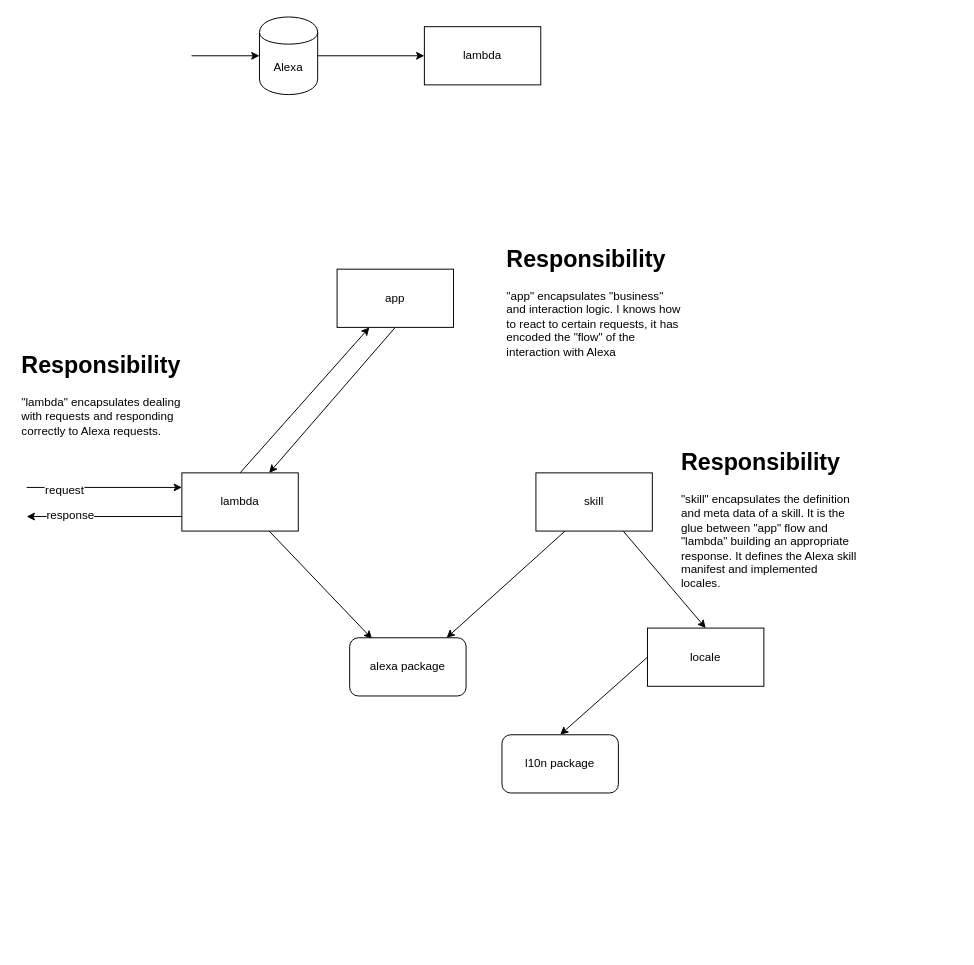
DrPsychick/alexa-go-cloudformation-demo keeps this draw.io diagram as Alexa Skill Demo.drawio. Above is the earlier version. Source tidied: cells renumbered, new cells numbered last; positions are measured from the earlier drawing's top-left corner, leaving out a move shared by most shapes. Both pictures are drawn from the tidied source at 97%, with x=0, y=0 at pixel (16, 16).
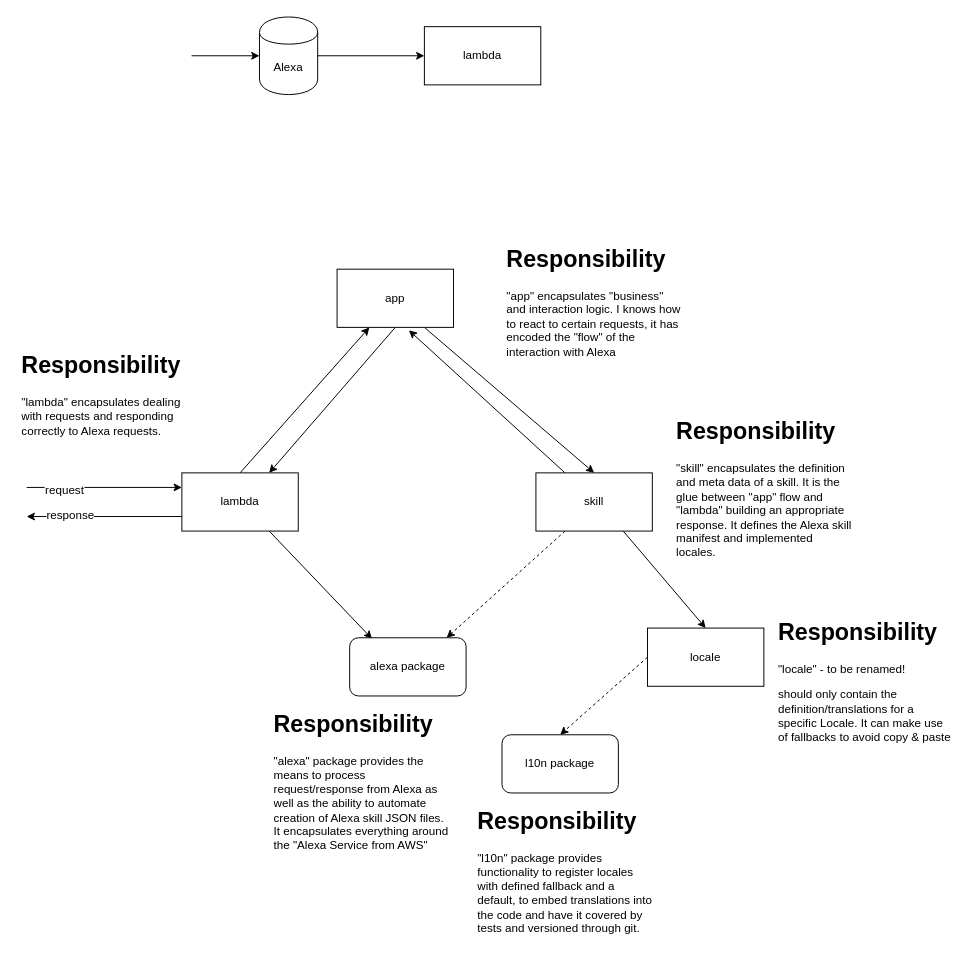
After the change.

Commit message:
cleanup and refactoring

Unchanged cells that the change refers to:
```xml
<mxCell id="7" value="app" style="rounded=0;whiteSpace=wrap;html=1;" parent="1" vertex="1">
  <mxGeometry x="330" y="260" width="120" height="60" as="geometry" />
</mxCell>
<mxCell id="15" value="alexa package" style="rounded=1;whiteSpace=wrap;html=1;" parent="1" vertex="1">
  <mxGeometry x="343" y="640" width="120" height="60" as="geometry" />
</mxCell>
<mxCell id="20" value="skill" style="rounded=0;whiteSpace=wrap;html=1;" parent="1" vertex="1">
  <mxGeometry x="535" y="470" width="120" height="60" as="geometry" />
</mxCell>
<mxCell id="23" value="locale" style="rounded=0;whiteSpace=wrap;html=1;" parent="1" vertex="1">
  <mxGeometry x="650" y="630" width="120" height="60" as="geometry" />
</mxCell>
<mxCell id="24" value="l10n package" style="rounded=1;whiteSpace=wrap;html=1;" parent="1" vertex="1">
  <mxGeometry x="500" y="740" width="120" height="60" as="geometry" />
</mxCell>
```

Diff of the diagram source:
```diff
@@
+    <mxCell id="25" style="edgeStyle=none;rounded=0;jettySize=auto;html=1;exitX=0.75;exitY=1;exitDx=0;exitDy=0;entryX=0.5;entryY=0;entryDx=0;entryDy=0;" parent="1" edge="1" source="7" target="20">
+      <mxGeometry relative="1" as="geometry" />
+    </mxCell>
@@
-    <mxCell id="18" style="edgeStyle=none;rounded=0;jettySize=auto;html=1;exitX=0.25;exitY=1;exitDx=0;exitDy=0;entryX=0.833;entryY=0;entryDx=0;entryDy=0;entryPerimeter=0;" parent="1" edge="1" source="20" target="15">
+    <mxCell id="18" style="edgeStyle=none;rounded=0;jettySize=auto;html=1;exitX=0.25;exitY=1;exitDx=0;exitDy=0;entryX=0.833;entryY=0;entryDx=0;entryDy=0;entryPerimeter=0;dashed=1;" parent="1" edge="1" source="20" target="15">
       <mxGeometry relative="1" as="geometry" />
     </mxCell>
@@
+    <mxCell id="26" style="edgeStyle=none;rounded=0;jettySize=auto;html=1;exitX=0.25;exitY=0;exitDx=0;exitDy=0;entryX=0.617;entryY=1.05;entryDx=0;entryDy=0;entryPerimeter=0;" parent="1" edge="1" source="20" target="7">
+      <mxGeometry relative="1" as="geometry" />
+    </mxCell>
@@
     <mxCell id="21" value="&lt;h1&gt;Responsibility&lt;/h1&gt;&lt;p&gt;&quot;skill&quot; encapsulates the definition and meta data of a skill. It is the glue between &quot;app&quot; flow and &quot;lambda&quot; building an appropriate response. It defines the Alexa skill manifest and implemented locales.&lt;/p&gt;" style="text;html=1;strokeColor=none;fillColor=none;spacing=5;spacingTop=-20;whiteSpace=wrap;overflow=hidden;rounded=0;" parent="1" vertex="1">
-      <mxGeometry x="680" y="440" width="190" height="150" as="geometry" />
+      <mxGeometry x="675" y="407.5" width="190" height="150" as="geometry" />
     </mxCell>
-    <mxCell id="22" style="edgeStyle=none;rounded=0;jettySize=auto;html=1;exitX=0;exitY=0.5;exitDx=0;exitDy=0;entryX=0.5;entryY=0;entryDx=0;entryDy=0;" parent="1" edge="1" source="23" target="24">
+    <mxCell id="22" style="edgeStyle=none;rounded=0;jettySize=auto;html=1;exitX=0;exitY=0.5;exitDx=0;exitDy=0;entryX=0.5;entryY=0;entryDx=0;entryDy=0;dashed=1;" parent="1" edge="1" source="23" target="24">
       <mxGeometry relative="1" as="geometry" />
     </mxCell>
@@
+    <mxCell id="27" value="&lt;h1&gt;Responsibility&lt;/h1&gt;&lt;p&gt;&quot;l10n&quot; package provides functionality to register locales with defined fallback and a default, to embed translations into the code and have it covered by tests and versioned through git.&lt;/p&gt;" style="text;html=1;strokeColor=none;fillColor=none;spacing=5;spacingTop=-20;whiteSpace=wrap;overflow=hidden;rounded=0;" parent="1" vertex="1">
+      <mxGeometry x="470" y="810" width="190" height="150" as="geometry" />
+    </mxCell>
+    <mxCell id="28" value="&lt;h1&gt;Responsibility&lt;/h1&gt;&lt;p&gt;&quot;locale&quot; - to be renamed!&lt;br&gt;&lt;/p&gt;&lt;p&gt;should only contain the definition/translations for a specific Locale. It can make use of fallbacks to avoid copy &amp;amp; paste&lt;/p&gt;" style="text;html=1;strokeColor=none;fillColor=none;spacing=5;spacingTop=-20;whiteSpace=wrap;overflow=hidden;rounded=0;" parent="1" vertex="1">
+      <mxGeometry x="780" y="615" width="190" height="150" as="geometry" />
+    </mxCell>
+    <mxCell id="29" value="&lt;h1&gt;Responsibility&lt;/h1&gt;&lt;p&gt;&quot;alexa&quot; package provides the means to process request/response from Alexa as well as the ability to automate creation of Alexa skill JSON files.&lt;br&gt;It encapsulates everything around the &quot;Alexa Service from AWS&quot;&lt;/p&gt;" style="text;html=1;strokeColor=none;fillColor=none;spacing=5;spacingTop=-20;whiteSpace=wrap;overflow=hidden;rounded=0;" parent="1" vertex="1">
+      <mxGeometry x="260" y="710" width="190" height="160" as="geometry" />
+    </mxCell>
```
